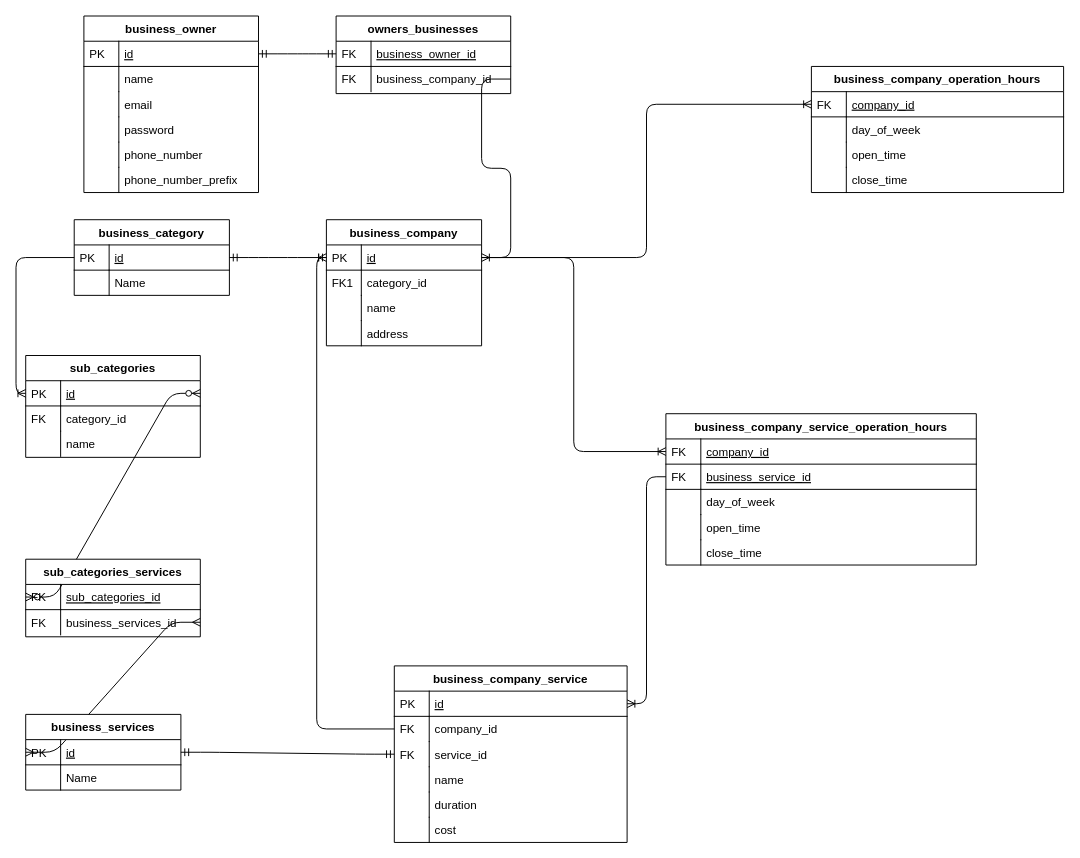
This is diagrams/Er-Diagram.drawio from AkezhanOb1/diplomaProject, a draw.io file, before an edit. Source tidied: cells renumbered, new cells numbered last; positions are measured from the earlier drawing's top-left corner, leaving out a move shared by most shapes. Both pictures are drawn from the tidied source at 97%, with x=0, y=0 at pixel (25, 16).
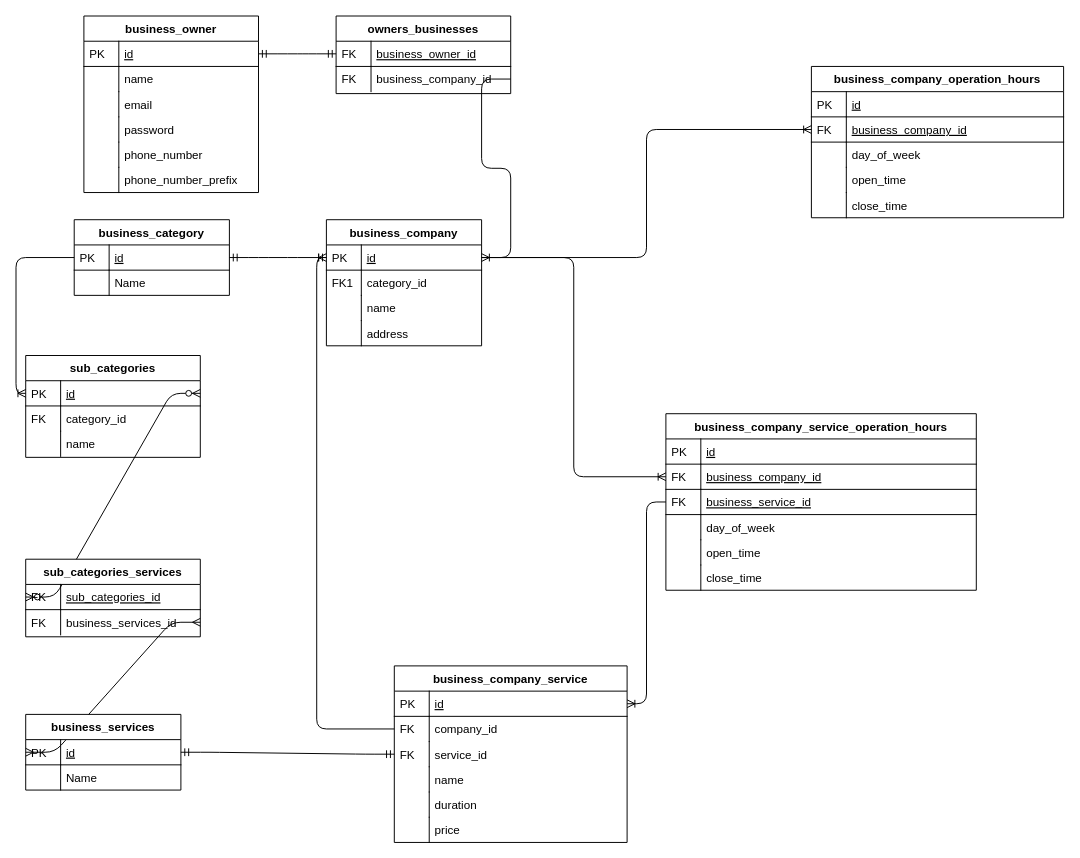
Above is the later version.

Unchanged cells that the change refers to:
```xml
<mxCell id="70" value="business_company_service" style="swimlane;fontStyle=1;horizontal=1;startSize=26;rounded=0;shadow=0;strokeWidth=1;" parent="1" vertex="1">
  <mxGeometry x="380" y="670" width="240" height="182" as="geometry" />
</mxCell>
```

The edit, as a diff of the source:
```diff
@@
     <mxCell id="33" value="business_company_operation_hours" style="swimlane;fontStyle=1;horizontal=1;startSize=26;rounded=0;shadow=0;strokeWidth=1;" parent="1" vertex="1">
-      <mxGeometry x="810" y="52" width="260" height="130" as="geometry" />
+      <mxGeometry x="810" y="52" width="260" height="156" as="geometry" />
     </mxCell>
+    <mxCell id="95" value="id" style="shape=partialRectangle;top=0;left=0;right=0;bottom=1;align=left;verticalAlign=top;fillColor=none;spacingLeft=40;spacingRight=4;overflow=hidden;rounded=0;shadow=0;strokeWidth=1;fontStyle=4;" parent="33" vertex="1">
+      <mxGeometry y="26" width="260" height="26" as="geometry" />
+    </mxCell>
+    <mxCell id="96" value="PK" style="shape=partialRectangle;top=0;left=0;bottom=0;fillColor=none;align=left;verticalAlign=top;spacingLeft=4;spacingRight=4;overflow=hidden;" parent="95" vertex="1">
+      <mxGeometry width="36" height="26" as="geometry" />
+    </mxCell>
-    <mxCell id="34" value="company_id" style="shape=partialRectangle;top=0;left=0;right=0;bottom=1;align=left;verticalAlign=top;fillColor=none;spacingLeft=40;spacingRight=4;overflow=hidden;points=[[0,0.5],[1,0.5]];portConstraint=eastwest;rounded=0;shadow=0;strokeWidth=1;fontStyle=4;" parent="33" vertex="1">
-      <mxGeometry y="26" width="260" height="26" as="geometry" />
+    <mxCell id="34" value="business_company_id" style="shape=partialRectangle;top=0;left=0;right=0;bottom=1;align=left;verticalAlign=top;fillColor=none;spacingLeft=40;spacingRight=4;overflow=hidden;points=[[0,0.5],[1,0.5]];portConstraint=eastwest;rounded=0;shadow=0;strokeWidth=1;fontStyle=4;" parent="33" vertex="1">
+      <mxGeometry y="52" width="260" height="26" as="geometry" />
     </mxCell>
@@
     <mxCell id="36" value="day_of_week" style="shape=partialRectangle;top=0;left=0;right=0;bottom=0;align=left;verticalAlign=top;fillColor=none;spacingLeft=40;spacingRight=4;overflow=hidden;rounded=0;shadow=0;strokeWidth=1;" parent="33" vertex="1">
-      <mxGeometry y="52" width="260" height="26" as="geometry" />
+      <mxGeometry y="78" width="260" height="26" as="geometry" />
     </mxCell>
@@
     <mxCell id="38" value="open_time" style="shape=partialRectangle;top=0;left=0;right=0;bottom=0;align=left;verticalAlign=top;fillColor=none;spacingLeft=40;spacingRight=4;overflow=hidden;rounded=0;shadow=0;strokeWidth=1;" parent="33" vertex="1">
-      <mxGeometry y="78" width="260" height="26" as="geometry" />
+      <mxGeometry y="104" width="260" height="26" as="geometry" />
     </mxCell>
@@
     <mxCell id="40" value="close_time" style="shape=partialRectangle;top=0;left=0;right=0;bottom=0;align=left;verticalAlign=top;fillColor=none;spacingLeft=40;spacingRight=4;overflow=hidden;rounded=0;shadow=0;strokeWidth=1;" parent="33" vertex="1">
-      <mxGeometry y="104" width="260" height="26" as="geometry" />
+      <mxGeometry y="130" width="260" height="26" as="geometry" />
     </mxCell>
@@
-    <mxCell id="81" value="cost" style="shape=partialRectangle;top=0;left=0;right=0;bottom=0;align=left;verticalAlign=top;fillColor=none;spacingLeft=40;spacingRight=4;overflow=hidden;rounded=0;shadow=0;strokeWidth=1;" parent="70" vertex="1">
+    <mxCell id="81" value="price" style="shape=partialRectangle;top=0;left=0;right=0;bottom=0;align=left;verticalAlign=top;fillColor=none;spacingLeft=40;spacingRight=4;overflow=hidden;rounded=0;shadow=0;strokeWidth=1;" parent="70" vertex="1">
       <mxGeometry y="156" width="240" height="26" as="geometry" />
     </mxCell>
@@
     <mxCell id="83" value="business_company_service_operation_hours" style="swimlane;fontStyle=1;horizontal=1;startSize=26;rounded=0;shadow=0;strokeWidth=1;" parent="1" vertex="1">
-      <mxGeometry x="660" y="410" width="320" height="156" as="geometry" />
+      <mxGeometry x="660" y="410" width="320" height="182" as="geometry" />
     </mxCell>
+    <mxCell id="97" value="id" style="shape=partialRectangle;top=0;left=0;right=0;bottom=1;align=left;verticalAlign=top;fillColor=none;spacingLeft=40;spacingRight=4;overflow=hidden;rounded=0;shadow=0;strokeWidth=1;fontStyle=4;" parent="83" vertex="1">
+      <mxGeometry y="26" width="320" height="26" as="geometry" />
+    </mxCell>
+    <mxCell id="98" value="PK" style="shape=partialRectangle;top=0;left=0;bottom=0;fillColor=none;align=left;verticalAlign=top;spacingLeft=4;spacingRight=4;overflow=hidden;" parent="97" vertex="1">
+      <mxGeometry width="36" height="26" as="geometry" />
+    </mxCell>
-    <mxCell id="84" value="company_id" style="shape=partialRectangle;top=0;left=0;right=0;bottom=1;align=left;verticalAlign=top;fillColor=none;spacingLeft=40;spacingRight=4;overflow=hidden;points=[[0,0.5],[1,0.5]];portConstraint=eastwest;rounded=0;shadow=0;strokeWidth=1;fontStyle=4;" parent="83" vertex="1">
-      <mxGeometry y="26" width="320" height="26" as="geometry" />
+    <mxCell id="84" value="business_company_id" style="shape=partialRectangle;top=0;left=0;right=0;bottom=1;align=left;verticalAlign=top;fillColor=none;spacingLeft=40;spacingRight=4;overflow=hidden;points=[[0,0.5],[1,0.5]];portConstraint=eastwest;rounded=0;shadow=0;strokeWidth=1;fontStyle=4;" parent="83" vertex="1">
+      <mxGeometry y="52" width="320" height="26" as="geometry" />
     </mxCell>
@@
     <mxCell id="86" value="business_service_id" style="shape=partialRectangle;top=0;left=0;right=0;bottom=1;align=left;verticalAlign=top;fillColor=none;spacingLeft=40;spacingRight=4;overflow=hidden;points=[[0,0.5],[1,0.5]];portConstraint=eastwest;rounded=0;shadow=0;strokeWidth=1;fontStyle=4;" parent="83" vertex="1">
-      <mxGeometry y="52" width="320" height="26" as="geometry" />
+      <mxGeometry y="78" width="320" height="26" as="geometry" />
     </mxCell>
@@
     <mxCell id="88" value="day_of_week" style="shape=partialRectangle;top=0;left=0;right=0;bottom=0;align=left;verticalAlign=top;fillColor=none;spacingLeft=40;spacingRight=4;overflow=hidden;rounded=0;shadow=0;strokeWidth=1;" parent="83" vertex="1">
-      <mxGeometry y="78" width="320" height="26" as="geometry" />
+      <mxGeometry y="104" width="320" height="26" as="geometry" />
     </mxCell>
@@
     <mxCell id="90" value="open_time" style="shape=partialRectangle;top=0;left=0;right=0;bottom=0;align=left;verticalAlign=top;fillColor=none;spacingLeft=40;spacingRight=4;overflow=hidden;rounded=0;shadow=0;strokeWidth=1;" parent="83" vertex="1">
-      <mxGeometry y="104" width="320" height="26" as="geometry" />
+      <mxGeometry y="130" width="320" height="26" as="geometry" />
     </mxCell>
@@
     <mxCell id="92" value="close_time" style="shape=partialRectangle;top=0;left=0;right=0;bottom=0;align=left;verticalAlign=top;fillColor=none;spacingLeft=40;spacingRight=4;overflow=hidden;rounded=0;shadow=0;strokeWidth=1;" parent="83" vertex="1">
-      <mxGeometry y="130" width="320" height="26" as="geometry" />
+      <mxGeometry y="156" width="320" height="26" as="geometry" />
     </mxCell>
```
